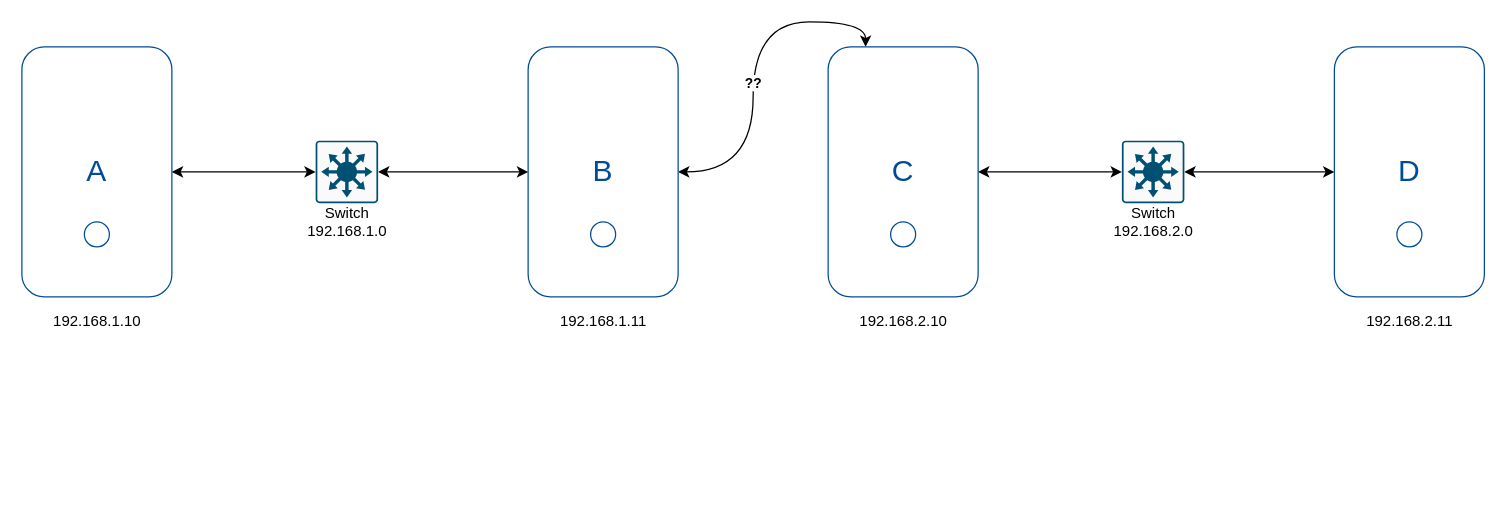
Earlier version of the draw.io diagram assets/networking.drawio (aditya109/journey-CKA). Source tidied: cells renumbered, new cells numbered last; positions are measured from the earlier drawing's top-left corner, leaving out a move shared by most shapes. Both pictures are drawn from the tidied source at 125%, with x=0, y=0 at pixel (21, 46).
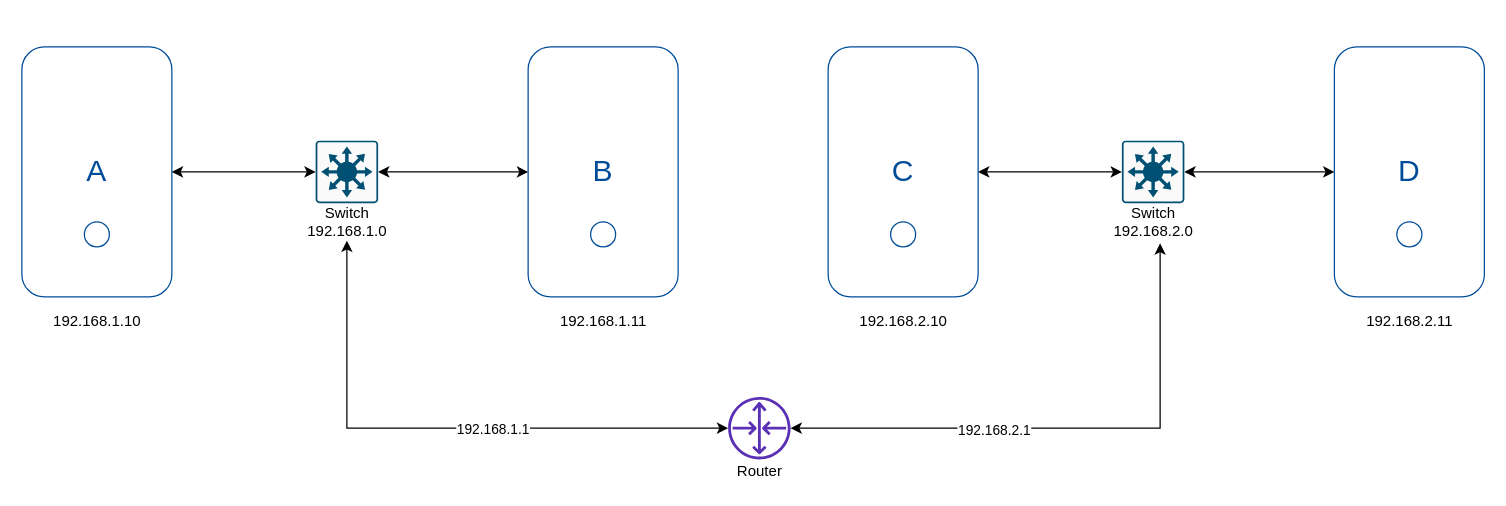
The same diagram, later.

Unchanged cells that the change refers to:
```xml
<mxCell id="7" value="&lt;font style=&quot;font-size: 24px&quot; color=&quot;#004c99&quot;&gt;B&lt;/font&gt;" style="rounded=1;whiteSpace=wrap;html=1;strokeColor=#004C99;" parent="1" vertex="1">
  <mxGeometry x="405" width="120" height="200" as="geometry" />
</mxCell>
<mxCell id="11" value="Switch&lt;br&gt;192.168.1.0" style="text;html=1;align=center;verticalAlign=middle;points=[];strokeColor=none;" parent="1" vertex="1">
  <mxGeometry x="220" y="125" width="80" height="30" as="geometry" />
</mxCell>
<mxCell id="16" value="&lt;font style=&quot;font-size: 24px&quot; color=&quot;#004c99&quot;&gt;C&lt;/font&gt;" style="rounded=1;whiteSpace=wrap;html=1;strokeColor=#004C99;" parent="15" vertex="1">
  <mxGeometry width="120" height="200" as="geometry" />
</mxCell>
<mxCell id="22" value="Switch&lt;br&gt;192.168.2.0" style="text;html=1;align=center;verticalAlign=middle;points=[];strokeColor=none;" parent="1" vertex="1">
  <mxGeometry x="865" y="125" width="80" height="30" as="geometry" />
</mxCell>
```

What changed in the source:
```diff
@@
-    <mxCell id="5" style="edgeStyle=orthogonalEdgeStyle;curved=1;rounded=0;jettySize=auto;html=1;entryX=0.25;entryY=0;entryDx=0;entryDy=0;startArrow=classic;startFill=1;" parent="1" edge="1" source="7" target="16">
-      <mxGeometry relative="1" as="geometry" />
-    </mxCell>
-    <mxCell id="6" value="&lt;b&gt;??&lt;/b&gt;" style="edgeLabel;html=1;align=center;verticalAlign=middle;" parent="5" vertex="1">
-      <mxGeometry x="-0.09" y="1" relative="1" as="geometry" />
-    </mxCell>
@@
+    <mxCell id="26" style="edgeStyle=orthogonalEdgeStyle;rounded=0;jettySize=auto;html=1;startArrow=classic;startFill=1;" parent="1" edge="1" source="11" target="30">
+      <mxGeometry relative="1" as="geometry">
+        <Array as="points">
+          <mxPoint x="260" y="305" />
+        </Array>
+      </mxGeometry>
+    </mxCell>
+    <mxCell id="27" value="192.168.1.1" style="edgeLabel;html=1;align=center;verticalAlign=middle;" parent="26" vertex="1">
+      <mxGeometry x="0.17" relative="1" as="geometry" />
+    </mxCell>
@@
+    <mxCell id="28" style="edgeStyle=orthogonalEdgeStyle;rounded=0;jettySize=auto;html=1;entryX=0.57;entryY=1.073;entryDx=0;entryDy=0;entryPerimeter=0;startArrow=classic;startFill=1;" parent="1" edge="1" source="30" target="22">
+      <mxGeometry relative="1" as="geometry" />
+    </mxCell>
+    <mxCell id="29" value="192.168.2.1" style="edgeLabel;html=1;align=center;verticalAlign=middle;" parent="28" vertex="1">
+      <mxGeometry x="-0.27" y="-1" relative="1" as="geometry" />
+    </mxCell>
+    <mxCell id="30" style="outlineConnect=0;fontColor=#232F3E;gradientColor=none;fillColor=#5A30B5;strokeColor=none;dashed=0;verticalLabelPosition=bottom;verticalAlign=top;align=center;html=1;fontSize=12;fontStyle=0;shape=mxgraph.aws4.router;" parent="1" vertex="1">
+      <mxGeometry x="565" y="280" width="50" height="50" as="geometry" />
+    </mxCell>
+    <mxCell id="31" value="Router&lt;br&gt;" style="text;html=1;align=center;verticalAlign=middle;strokeColor=none;" parent="1" vertex="1">
+      <mxGeometry x="565" y="330" width="50" height="20" as="geometry" />
+    </mxCell>
```
